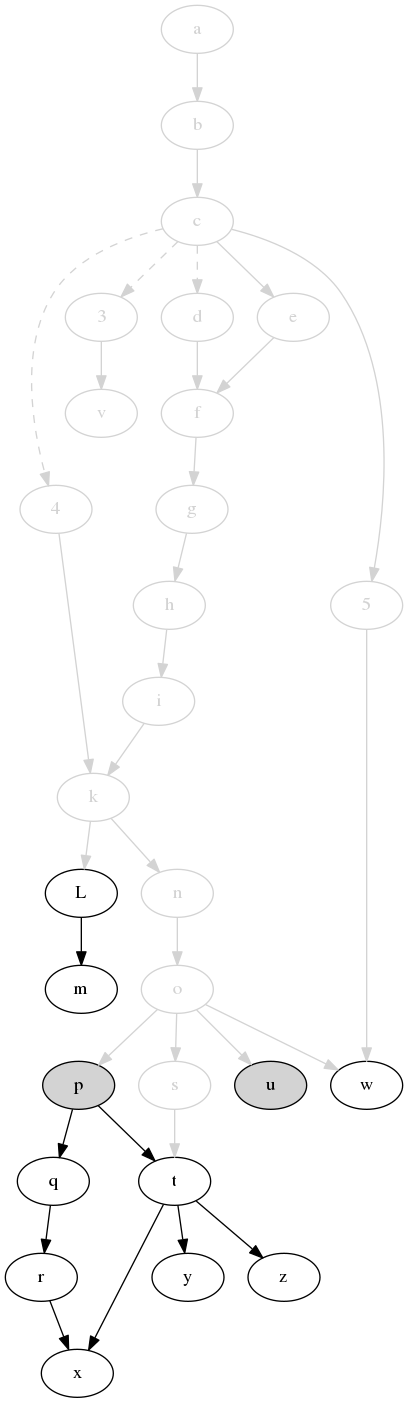
This is svm-startup-deps.png from jdmpapin/svm-startup-deps, a Graphviz export, as it was before one commit. Its source is kept beside it as svm-startup-deps.dot.
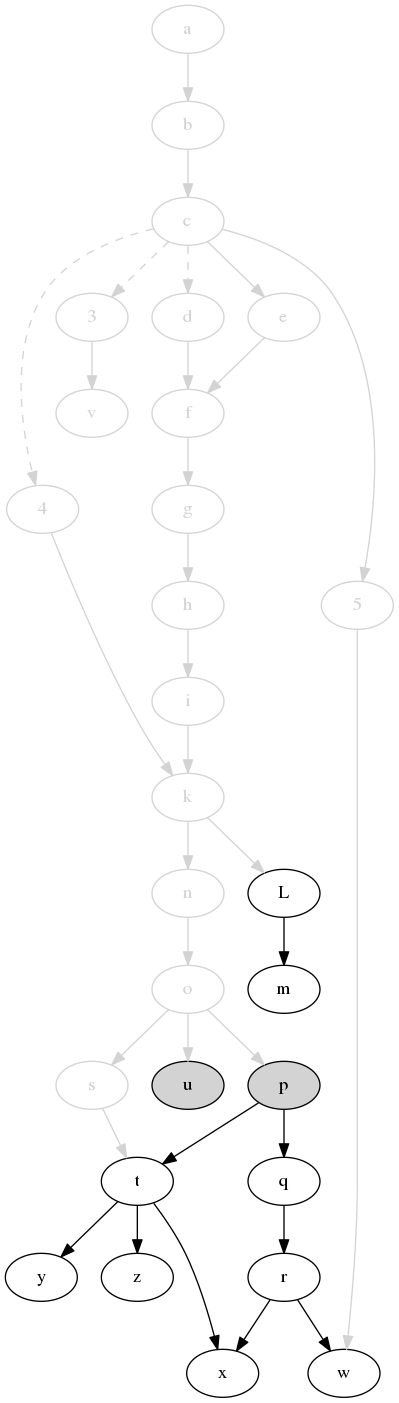
Later version of the same file.

The edit, as a diff of the source:
```diff
@@ -56,7 +56,7 @@
     p -> t;
     o -> u [color=lightgrey];
     5 -> w [color=lightgrey];
-    o -> w [color=lightgrey];
+    r -> w;
     t -> x;
     r -> x;
     t -> y;
```
